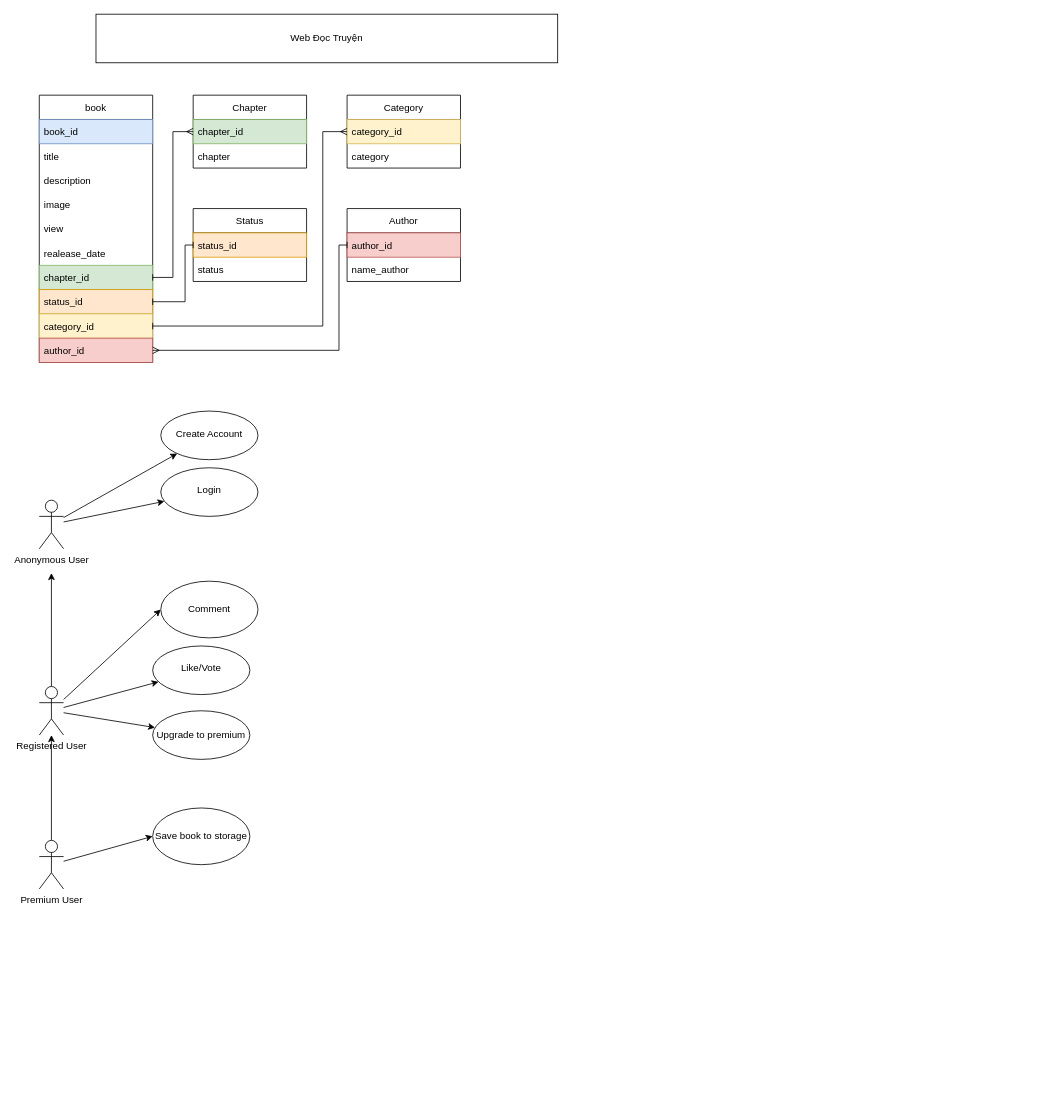
hoangdat3179/Spring-Boot keeps this draw.io diagram as page "Page-1" (1 of 2) of comic.drawio. Above is the earlier version. Source tidied: cells renumbered, new cells numbered last; positions are measured from the earlier drawing's top-left corner, leaving out a move shared by most shapes. Both pictures are drawn from the tidied source at 81%, with x=0, y=0 at pixel (39, 14).
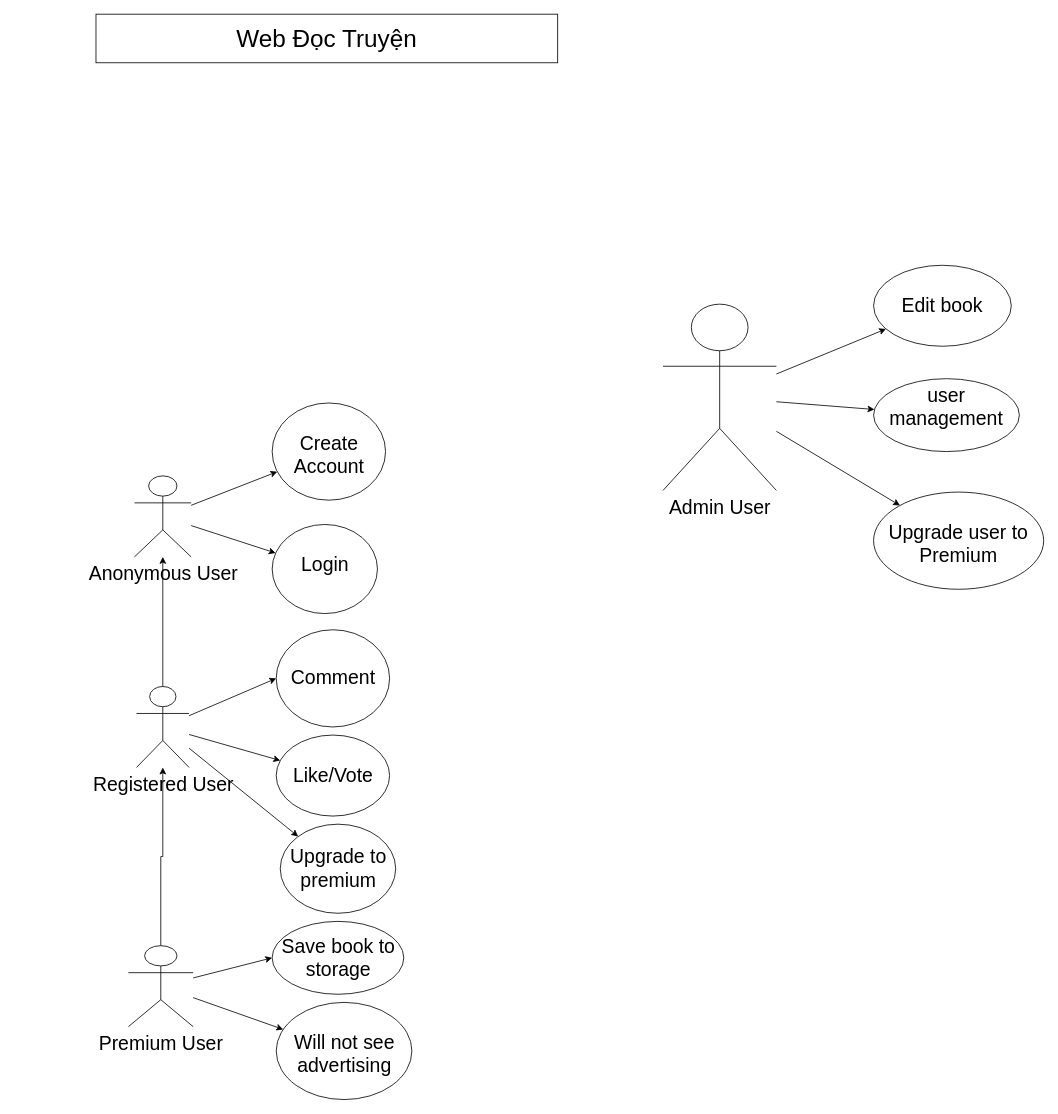
The same diagram, later.

The edit, as a diff of the source:
```diff
@@
-    <mxCell id="2" value="book" style="swimlane;fontStyle=0;horizontal=1;startSize=30;" parent="1" vertex="1">
-      <mxGeometry y="100" width="140" height="330" as="geometry" />
-    </mxCell>
-    <mxCell id="3" value="book_id" style="text;strokeColor=#6c8ebf;fillColor=#dae8fc;align=left;verticalAlign=middle;spacingLeft=4;spacingRight=4;overflow=hidden;" parent="2" vertex="1">
-      <mxGeometry y="30" width="140" height="30" as="geometry" />
-    </mxCell>
-    <mxCell id="4" value="title" style="text;strokeColor=none;fillColor=none;align=left;verticalAlign=middle;spacingLeft=4;spacingRight=4;overflow=hidden;" parent="2" vertex="1">
-      <mxGeometry y="60" width="140" height="30" as="geometry" />
-    </mxCell>
-    <mxCell id="5" value="description" style="text;strokeColor=none;fillColor=none;align=left;verticalAlign=middle;spacingLeft=4;spacingRight=4;overflow=hidden;" parent="2" vertex="1">
-      <mxGeometry y="90" width="140" height="30" as="geometry" />
-    </mxCell>
-    <mxCell id="6" value="image" style="text;strokeColor=none;fillColor=none;align=left;verticalAlign=middle;spacingLeft=4;spacingRight=4;overflow=hidden;" parent="2" vertex="1">
-      <mxGeometry y="120" width="140" height="30" as="geometry" />
-    </mxCell>
-    <mxCell id="7" value="view" style="text;strokeColor=none;fillColor=none;align=left;verticalAlign=middle;spacingLeft=4;spacingRight=4;overflow=hidden;" parent="2" vertex="1">
-      <mxGeometry y="150" width="140" height="30" as="geometry" />
-    </mxCell>
-    <mxCell id="8" value="realease_date" style="text;strokeColor=none;fillColor=none;align=left;verticalAlign=middle;spacingLeft=4;spacingRight=4;overflow=hidden;" parent="2" vertex="1">
-      <mxGeometry y="180" width="140" height="30" as="geometry" />
-    </mxCell>
-    <mxCell id="9" value="chapter_id" style="text;strokeColor=#82b366;fillColor=#d5e8d4;align=left;verticalAlign=middle;spacingLeft=4;spacingRight=4;overflow=hidden;points=[[0,0.5],[1,0.5]];portConstraint=eastwest;" parent="2" vertex="1">
-      <mxGeometry y="210" width="140" height="30" as="geometry" />
-    </mxCell>
-    <mxCell id="10" value="status_id" style="text;strokeColor=#d79b00;fillColor=#ffe6cc;align=left;verticalAlign=middle;spacingLeft=4;spacingRight=4;overflow=hidden;points=[[0,0.5],[1,0.5]];portConstraint=eastwest;" parent="2" vertex="1">
-      <mxGeometry y="240" width="140" height="30" as="geometry" />
-    </mxCell>
-    <mxCell id="11" value="category_id" style="text;strokeColor=#d6b656;fillColor=#fff2cc;align=left;verticalAlign=middle;spacingLeft=4;spacingRight=4;overflow=hidden;points=[[0,0.5],[1,0.5]];portConstraint=eastwest;" parent="2" vertex="1">
-      <mxGeometry y="270" width="140" height="30" as="geometry" />
-    </mxCell>
-    <mxCell id="12" value="author_id" style="text;strokeColor=#b85450;fillColor=#f8cecc;align=left;verticalAlign=middle;spacingLeft=4;spacingRight=4;overflow=hidden;points=[[0,0.5],[1,0.5]];portConstraint=eastwest;" parent="2" vertex="1">
-      <mxGeometry y="300" width="140" height="30" as="geometry" />
-    </mxCell>
-    <mxCell id="13" value="Category" style="swimlane;fontStyle=0;horizontal=1;startSize=30;" parent="1" vertex="1">
-      <mxGeometry x="380" y="100" width="140" height="90" as="geometry" />
-    </mxCell>
-    <mxCell id="14" value="category_id" style="text;strokeColor=#d6b656;fillColor=#fff2cc;align=left;verticalAlign=middle;spacingLeft=4;spacingRight=4;overflow=hidden;points=[[0,0.5],[1,0.5]];portConstraint=eastwest;" parent="13" vertex="1">
-      <mxGeometry y="30" width="140" height="30" as="geometry" />
-    </mxCell>
-    <mxCell id="15" value="category" style="text;strokeColor=none;fillColor=none;align=left;verticalAlign=middle;spacingLeft=4;spacingRight=4;overflow=hidden;" parent="13" vertex="1">
-      <mxGeometry y="60" width="140" height="30" as="geometry" />
-    </mxCell>
-    <mxCell id="16" value="Status" style="swimlane;fontStyle=0;horizontal=1;startSize=30;" parent="1" vertex="1">
-      <mxGeometry x="190" y="240" width="140" height="90" as="geometry" />
-    </mxCell>
-    <mxCell id="17" value="status_id" style="text;strokeColor=#d79b00;fillColor=#ffe6cc;align=left;verticalAlign=middle;spacingLeft=4;spacingRight=4;overflow=hidden;points=[[0,0.5],[1,0.5]];portConstraint=eastwest;" parent="16" vertex="1">
-      <mxGeometry y="30" width="140" height="30" as="geometry" />
-    </mxCell>
-    <mxCell id="18" value="status" style="text;strokeColor=none;fillColor=none;align=left;verticalAlign=middle;spacingLeft=4;spacingRight=4;overflow=hidden;" parent="16" vertex="1">
-      <mxGeometry y="60" width="140" height="30" as="geometry" />
-    </mxCell>
-    <mxCell id="19" value="Author" style="swimlane;fontStyle=0;horizontal=1;startSize=30;" parent="1" vertex="1">
-      <mxGeometry x="380" y="240" width="140" height="90" as="geometry" />
-    </mxCell>
-    <mxCell id="20" value="author_id" style="text;strokeColor=#b85450;fillColor=#f8cecc;align=left;verticalAlign=middle;spacingLeft=4;spacingRight=4;overflow=hidden;" parent="19" vertex="1">
-      <mxGeometry y="30" width="140" height="30" as="geometry" />
-    </mxCell>
-    <mxCell id="21" value="name_author" style="text;strokeColor=none;fillColor=none;align=left;verticalAlign=middle;spacingLeft=4;spacingRight=4;overflow=hidden;" parent="19" vertex="1">
-      <mxGeometry y="60" width="140" height="30" as="geometry" />
-    </mxCell>
-    <mxCell id="22" style="rounded=0;jettySize=auto;html=1;startArrow=none;startFill=0;endArrow=classic;endFill=1;" parent="1" edge="1" source="24" target="40">
+    <mxCell id="22" style="rounded=0;jettySize=auto;html=1;startArrow=none;startFill=0;endArrow=classic;endFill=1;fontSize=24;" parent="1" edge="1" source="24" target="40">
       <mxGeometry relative="1" as="geometry" />
     </mxCell>
-    <mxCell id="23" style="edgeStyle=none;rounded=0;jettySize=auto;html=1;startArrow=none;startFill=0;endArrow=classic;endFill=1;" parent="1" edge="1" source="24" target="41">
+    <mxCell id="23" style="edgeStyle=none;rounded=0;jettySize=auto;html=1;startArrow=none;startFill=0;endArrow=classic;endFill=1;fontSize=24;" parent="1" edge="1" source="24" target="41">
       <mxGeometry relative="1" as="geometry" />
     </mxCell>
-    <mxCell id="24" value="Anonymous User" style="shape=umlActor;verticalLabelPosition=bottom;verticalAlign=top;html=1;outlineConnect=0;" parent="1" vertex="1">
-      <mxGeometry y="600" width="30" height="60" as="geometry" />
+    <mxCell id="24" value="Anonymous User" style="shape=umlActor;verticalLabelPosition=bottom;verticalAlign=top;html=1;outlineConnect=0;fontSize=24;" parent="1" vertex="1">
+      <mxGeometry x="117.5" y="570" width="70" height="100" as="geometry" />
     </mxCell>
-    <mxCell id="25" style="edgeStyle=none;rounded=0;jettySize=auto;html=1;startArrow=none;startFill=0;endArrow=classic;endFill=1;" parent="1" edge="1" source="29">
-      <mxGeometry relative="1" as="geometry">
-        <mxPoint x="15" y="690" as="targetPoint" />
-      </mxGeometry>
+    <mxCell id="25" style="edgeStyle=none;rounded=0;jettySize=auto;html=1;startArrow=none;startFill=0;endArrow=classic;endFill=1;fontSize=24;" parent="1" edge="1" source="29" target="24">
+      <mxGeometry relative="1" as="geometry" />
     </mxCell>
-    <mxCell id="26" style="edgeStyle=none;rounded=0;jettySize=auto;html=1;startArrow=none;startFill=0;endArrow=classic;endFill=1;entryX=0;entryY=0.5;entryDx=0;entryDy=0;" parent="1" edge="1" source="29" target="43">
+    <mxCell id="26" style="edgeStyle=none;rounded=0;jettySize=auto;html=1;startArrow=none;startFill=0;endArrow=classic;endFill=1;entryX=0;entryY=0.5;entryDx=0;entryDy=0;fontSize=24;" parent="1" edge="1" source="29" target="43">
       <mxGeometry relative="1" as="geometry" />
     </mxCell>
-    <mxCell id="27" style="edgeStyle=none;rounded=0;jettySize=auto;html=1;startArrow=none;startFill=0;endArrow=classic;endFill=1;" parent="1" edge="1" source="29" target="44">
+    <mxCell id="27" style="edgeStyle=none;rounded=0;jettySize=auto;html=1;startArrow=none;startFill=0;endArrow=classic;endFill=1;fontSize=24;" parent="1" edge="1" source="29" target="44">
       <mxGeometry relative="1" as="geometry" />
     </mxCell>
-    <mxCell id="28" style="edgeStyle=none;rounded=0;jettySize=auto;html=1;startArrow=none;startFill=0;endArrow=classic;endFill=1;" parent="1" edge="1" source="29" target="45">
+    <mxCell id="28" style="edgeStyle=none;rounded=0;jettySize=auto;html=1;startArrow=none;startFill=0;endArrow=classic;endFill=1;fontSize=24;" parent="1" edge="1" source="29" target="45">
       <mxGeometry relative="1" as="geometry" />
     </mxCell>
-    <mxCell id="29" value="Registered User" style="shape=umlActor;verticalLabelPosition=bottom;verticalAlign=top;html=1;outlineConnect=0;" parent="1" vertex="1">
-      <mxGeometry y="830" width="30" height="60" as="geometry" />
-    </mxCell>
-    <mxCell id="30" style="edgeStyle=none;rounded=0;jettySize=auto;html=1;startArrow=none;startFill=0;endArrow=classic;endFill=1;" parent="1" edge="1" source="32">
-      <mxGeometry relative="1" as="geometry">
-        <mxPoint x="15" y="890" as="targetPoint" />
-      </mxGeometry>
-    </mxCell>
-    <mxCell id="31" style="edgeStyle=none;rounded=0;jettySize=auto;html=1;startArrow=none;startFill=0;endArrow=classic;endFill=1;entryX=0;entryY=0.5;entryDx=0;entryDy=0;" parent="1" edge="1" source="32" target="46">
+    <mxCell id="31" style="edgeStyle=none;rounded=0;jettySize=auto;html=1;startArrow=none;startFill=0;endArrow=classic;endFill=1;entryX=0;entryY=0.5;entryDx=0;entryDy=0;fontSize=24;" parent="1" edge="1" source="32" target="46">
       <mxGeometry relative="1" as="geometry" />
     </mxCell>
+    <mxCell id="48" style="edgeStyle=orthogonalEdgeStyle;rounded=0;jettySize=auto;html=1;exitX=0.5;exitY=0;exitDx=0;exitDy=0;exitPerimeter=0;fontSize=24;" parent="1" edge="1" source="32" target="29">
+      <mxGeometry relative="1" as="geometry" />
+    </mxCell>
+    <mxCell id="49" style="rounded=0;jettySize=auto;html=1;fontSize=24;startArrow=none;startFill=0;endArrow=classic;endFill=1;" parent="1" edge="1" source="32" target="50">
+      <mxGeometry relative="1" as="geometry" />
+    </mxCell>
-    <mxCell id="32" value="Premium User" style="shape=umlActor;verticalLabelPosition=bottom;verticalAlign=top;html=1;outlineConnect=0;" parent="1" vertex="1">
-      <mxGeometry y="1020" width="30" height="60" as="geometry" />
+    <mxCell id="32" value="Premium User" style="shape=umlActor;verticalLabelPosition=bottom;verticalAlign=top;html=1;outlineConnect=0;fontSize=24;" parent="1" vertex="1">
+      <mxGeometry x="110" y="1150" width="80" height="100" as="geometry" />
     </mxCell>
-    <mxCell id="33" value="Chapter" style="swimlane;fontStyle=0;horizontal=1;startSize=30;" parent="1" vertex="1">
-      <mxGeometry x="190" y="100" width="140" height="90" as="geometry" />
-    </mxCell>
-    <mxCell id="34" value="chapter_id" style="text;strokeColor=#82b366;fillColor=#d5e8d4;align=left;verticalAlign=middle;spacingLeft=4;spacingRight=4;overflow=hidden;points=[[0,0.5],[1,0.5]];portConstraint=eastwest;" parent="33" vertex="1">
-      <mxGeometry y="30" width="140" height="30" as="geometry" />
-    </mxCell>
-    <mxCell id="35" value="chapter" style="text;strokeColor=none;fillColor=none;align=left;verticalAlign=middle;spacingLeft=4;spacingRight=4;overflow=hidden;" parent="33" vertex="1">
-      <mxGeometry y="60" width="140" height="30" as="geometry" />
-    </mxCell>
-    <mxCell id="36" style="edgeStyle=orthogonalEdgeStyle;rounded=0;jettySize=auto;html=1;exitX=1;exitY=0.5;exitDx=0;exitDy=0;entryX=0;entryY=0.5;entryDx=0;entryDy=0;startArrow=baseDash;startFill=0;endArrow=ERmany;endFill=0;" parent="1" edge="1" source="9" target="34">
-      <mxGeometry relative="1" as="geometry" />
-    </mxCell>
-    <mxCell id="37" style="edgeStyle=orthogonalEdgeStyle;rounded=0;jettySize=auto;html=1;exitX=1;exitY=0.5;exitDx=0;exitDy=0;entryX=0;entryY=0.5;entryDx=0;entryDy=0;startArrow=baseDash;startFill=0;endArrow=baseDash;endFill=0;" parent="1" edge="1" source="10" target="17">
-      <mxGeometry relative="1" as="geometry">
-        <Array as="points">
-          <mxPoint x="180" y="355" />
-          <mxPoint x="180" y="285" />
-        </Array>
-      </mxGeometry>
-    </mxCell>
-    <mxCell id="38" style="edgeStyle=orthogonalEdgeStyle;rounded=0;jettySize=auto;html=1;exitX=1;exitY=0.5;exitDx=0;exitDy=0;entryX=0;entryY=0.5;entryDx=0;entryDy=0;startArrow=baseDash;startFill=0;endArrow=ERmany;endFill=0;" parent="1" edge="1" source="11" target="14">
-      <mxGeometry relative="1" as="geometry">
-        <Array as="points">
-          <mxPoint x="350" y="385" />
-          <mxPoint x="350" y="145" />
-        </Array>
-      </mxGeometry>
-    </mxCell>
-    <mxCell id="39" style="edgeStyle=orthogonalEdgeStyle;rounded=0;jettySize=auto;html=1;exitX=1;exitY=0.5;exitDx=0;exitDy=0;entryX=0;entryY=0.5;entryDx=0;entryDy=0;startArrow=ERmany;startFill=0;endArrow=baseDash;endFill=0;" parent="1" edge="1" source="12" target="19">
-      <mxGeometry relative="1" as="geometry">
-        <Array as="points">
-          <mxPoint x="370" y="415" />
-          <mxPoint x="370" y="285" />
-        </Array>
-      </mxGeometry>
-    </mxCell>
-    <mxCell id="40" value="&lt;br&gt;Create Account" style="ellipse;whiteSpace=wrap;html=1;verticalAlign=top;" parent="1" vertex="1">
-      <mxGeometry x="150" y="490" width="120" height="60" as="geometry" />
+    <mxCell id="40" value="&lt;font style=&quot;font-size: 24px;&quot;&gt;&lt;br style=&quot;font-size: 24px;&quot;&gt;Create &lt;br style=&quot;font-size: 24px;&quot;&gt;Account&lt;/font&gt;" style="ellipse;whiteSpace=wrap;html=1;verticalAlign=top;fontSize=24;" parent="1" vertex="1">
+      <mxGeometry x="287.5" y="480" width="140" height="120" as="geometry" />
     </mxCell>
-    <mxCell id="41" value="&lt;br&gt;Login" style="ellipse;whiteSpace=wrap;html=1;verticalAlign=top;" parent="1" vertex="1">
-      <mxGeometry x="150" y="560" width="120" height="60" as="geometry" />
+    <mxCell id="41" value="&lt;font style=&quot;font-size: 24px;&quot;&gt;&lt;br style=&quot;font-size: 24px;&quot;&gt;Login&lt;/font&gt;" style="ellipse;whiteSpace=wrap;html=1;verticalAlign=top;fontSize=24;" parent="1" vertex="1">
+      <mxGeometry x="287.5" y="630" width="130" height="110" as="geometry" />
     </mxCell>
-    <mxCell id="42" style="edgeStyle=none;rounded=0;orthogonalLoop=1;jettySize=auto;html=1;exitX=1;exitY=0.3333333333333333;exitDx=0;exitDy=0;exitPerimeter=0;startArrow=none;startFill=0;endArrow=classic;endFill=1;" parent="1" edge="1" source="29" target="29">
+    <mxCell id="42" style="edgeStyle=none;rounded=0;orthogonalLoop=1;jettySize=auto;html=1;exitX=1;exitY=0.3333333333333333;exitDx=0;exitDy=0;exitPerimeter=0;startArrow=none;startFill=0;endArrow=classic;endFill=1;fontSize=24;" parent="1" edge="1" source="29" target="29">
       <mxGeometry relative="1" as="geometry" />
     </mxCell>
-    <mxCell id="43" value="Comment" style="ellipse;whiteSpace=wrap;html=1;" parent="1" vertex="1">
-      <mxGeometry x="150" y="700" width="120" height="70" as="geometry" />
+    <mxCell id="43" value="&lt;font style=&quot;font-size: 24px;&quot;&gt;Comment&lt;/font&gt;" style="ellipse;whiteSpace=wrap;html=1;fontSize=24;" parent="1" vertex="1">
+      <mxGeometry x="292.5" y="760" width="140" height="120" as="geometry" />
     </mxCell>
-    <mxCell id="44" value="&lt;br&gt;Like/Vote" style="ellipse;whiteSpace=wrap;html=1;verticalAlign=top;" parent="1" vertex="1">
-      <mxGeometry x="140" y="780" width="120" height="60" as="geometry" />
+    <mxCell id="44" value="&lt;font style=&quot;font-size: 24px;&quot;&gt;&lt;br style=&quot;font-size: 24px;&quot;&gt;Like/Vote&lt;/font&gt;" style="ellipse;whiteSpace=wrap;html=1;verticalAlign=top;fontSize=24;" parent="1" vertex="1">
+      <mxGeometry x="292.5" y="890" width="140" height="100" as="geometry" />
     </mxCell>
-    <mxCell id="45" value="Upgrade to premium" style="ellipse;whiteSpace=wrap;html=1;" parent="1" vertex="1">
-      <mxGeometry x="140" y="860" width="120" height="60" as="geometry" />
+    <mxCell id="45" value="&lt;font style=&quot;font-size: 24px;&quot;&gt;Upgrade to premium&lt;/font&gt;" style="ellipse;whiteSpace=wrap;html=1;fontSize=24;" parent="1" vertex="1">
+      <mxGeometry x="297.5" y="1000" width="142.5" height="110" as="geometry" />
     </mxCell>
-    <mxCell id="46" value="Save book to storage" style="ellipse;whiteSpace=wrap;html=1;" parent="1" vertex="1">
-      <mxGeometry x="140" y="980" width="120" height="70" as="geometry" />
+    <mxCell id="46" value="&lt;font style=&quot;font-size: 24px;&quot;&gt;Save book to storage&lt;/font&gt;" style="ellipse;whiteSpace=wrap;html=1;fontSize=24;" parent="1" vertex="1">
+      <mxGeometry x="287.5" y="1120" width="162.5" height="90" as="geometry" />
     </mxCell>
-    <mxCell id="47" value="Web Đọc Truyện" style="rounded=0;whiteSpace=wrap;html=1;" parent="1" vertex="1">
+    <mxCell id="47" value="Web Đọc Truyện" style="rounded=0;whiteSpace=wrap;html=1;fontSize=30;" parent="1" vertex="1">
       <mxGeometry x="70" width="570" height="60" as="geometry" />
     </mxCell>
+    <mxCell id="29" value="Registered User" style="shape=umlActor;verticalLabelPosition=bottom;verticalAlign=top;html=1;outlineConnect=0;fontSize=24;" parent="1" vertex="1">
+      <mxGeometry x="120" y="830" width="65" height="100" as="geometry" />
+    </mxCell>
+    <mxCell id="50" value="&lt;font style=&quot;font-size: 24px;&quot;&gt;&lt;br style=&quot;font-size: 24px;&quot;&gt;Will not see &lt;br style=&quot;font-size: 24px;&quot;&gt;advertising&lt;/font&gt;" style="ellipse;whiteSpace=wrap;html=1;verticalAlign=top;fontSize=24;" parent="1" vertex="1">
+      <mxGeometry x="292.5" y="1220" width="167.5" height="120" as="geometry" />
+    </mxCell>
+    <mxCell id="51" style="rounded=1;sketch=0;jettySize=auto;html=1;fontSize=24;startArrow=none;startFill=0;endArrow=classic;endFill=1;" parent="1" edge="1" source="54" target="55">
+      <mxGeometry relative="1" as="geometry" />
+    </mxCell>
+    <mxCell id="52" style="edgeStyle=none;rounded=1;sketch=0;jettySize=auto;html=1;fontSize=24;startArrow=none;startFill=0;endArrow=classic;endFill=1;" parent="1" edge="1" source="54" target="56">
+      <mxGeometry relative="1" as="geometry" />
+    </mxCell>
+    <mxCell id="53" style="edgeStyle=none;rounded=1;sketch=0;jettySize=auto;html=1;fontSize=24;startArrow=none;startFill=0;endArrow=classic;endFill=1;" parent="1" edge="1" source="54" target="57">
+      <mxGeometry relative="1" as="geometry" />
+    </mxCell>
+    <mxCell id="54" value="&lt;font style=&quot;font-size: 24px;&quot;&gt;Admin User&lt;/font&gt;" style="shape=umlActor;verticalLabelPosition=bottom;verticalAlign=top;html=1;outlineConnect=0;rounded=0;sketch=0;fontSize=24;" parent="1" vertex="1">
+      <mxGeometry x="770" y="358" width="140" height="230" as="geometry" />
+    </mxCell>
+    <mxCell id="55" value="&lt;font style=&quot;font-size: 24px;&quot;&gt;&lt;br style=&quot;font-size: 24px;&quot;&gt;Edit book&lt;/font&gt;" style="ellipse;whiteSpace=wrap;html=1;verticalAlign=top;rounded=0;sketch=0;fontSize=24;" parent="1" vertex="1">
+      <mxGeometry x="1030" y="310" width="170" height="100" as="geometry" />
+    </mxCell>
+    <mxCell id="56" value="user management" style="ellipse;whiteSpace=wrap;html=1;verticalAlign=top;rounded=0;sketch=0;fontSize=24;" parent="1" vertex="1">
+      <mxGeometry x="1030" y="450" width="180" height="90" as="geometry" />
+    </mxCell>
+    <mxCell id="57" value="&lt;br style=&quot;font-size: 24px;&quot;&gt;Upgrade user to Premium" style="ellipse;whiteSpace=wrap;html=1;verticalAlign=top;rounded=0;sketch=0;fontSize=24;" parent="1" vertex="1">
+      <mxGeometry x="1030" y="590" width="210" height="120" as="geometry" />
+    </mxCell>
```
